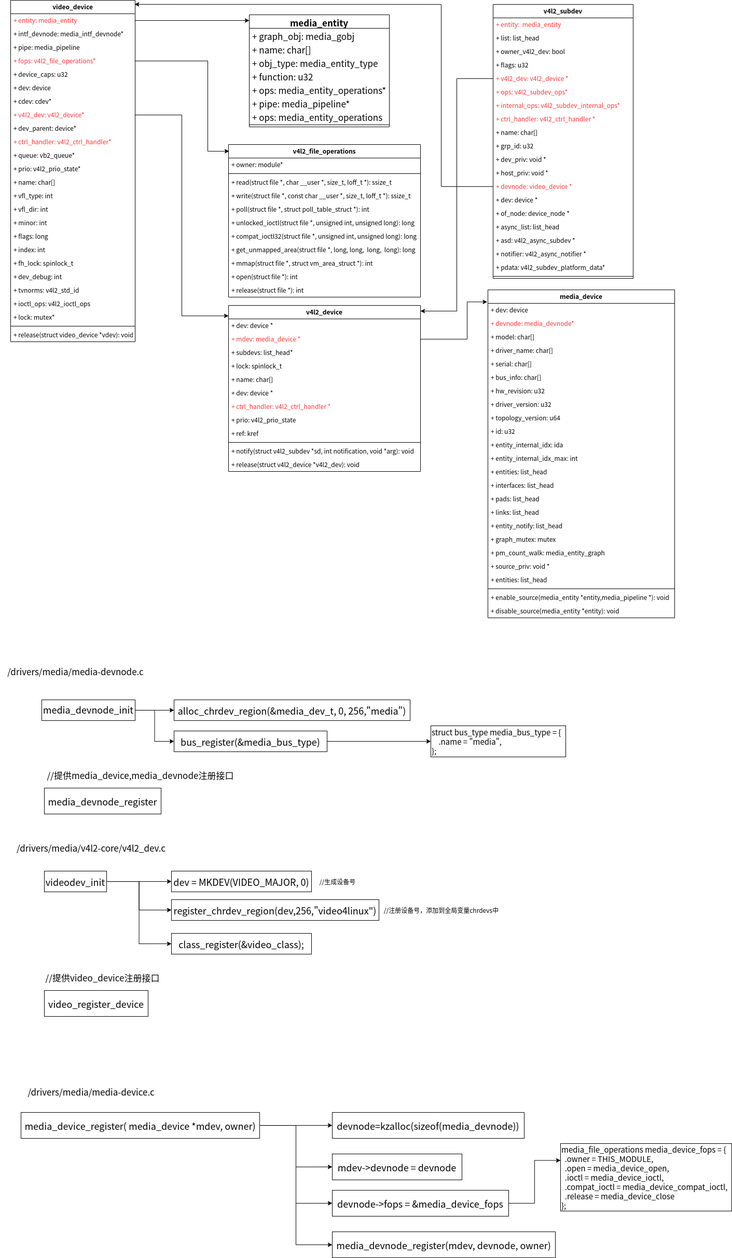
Before: v4l2-core.png, a diagram exported from draw.io (zhangmeizhen/test2). Source tidied: cells renumbered, new cells last; positions are measured from the earlier drawing's top-left corner, leaving out a move shared by most shapes.
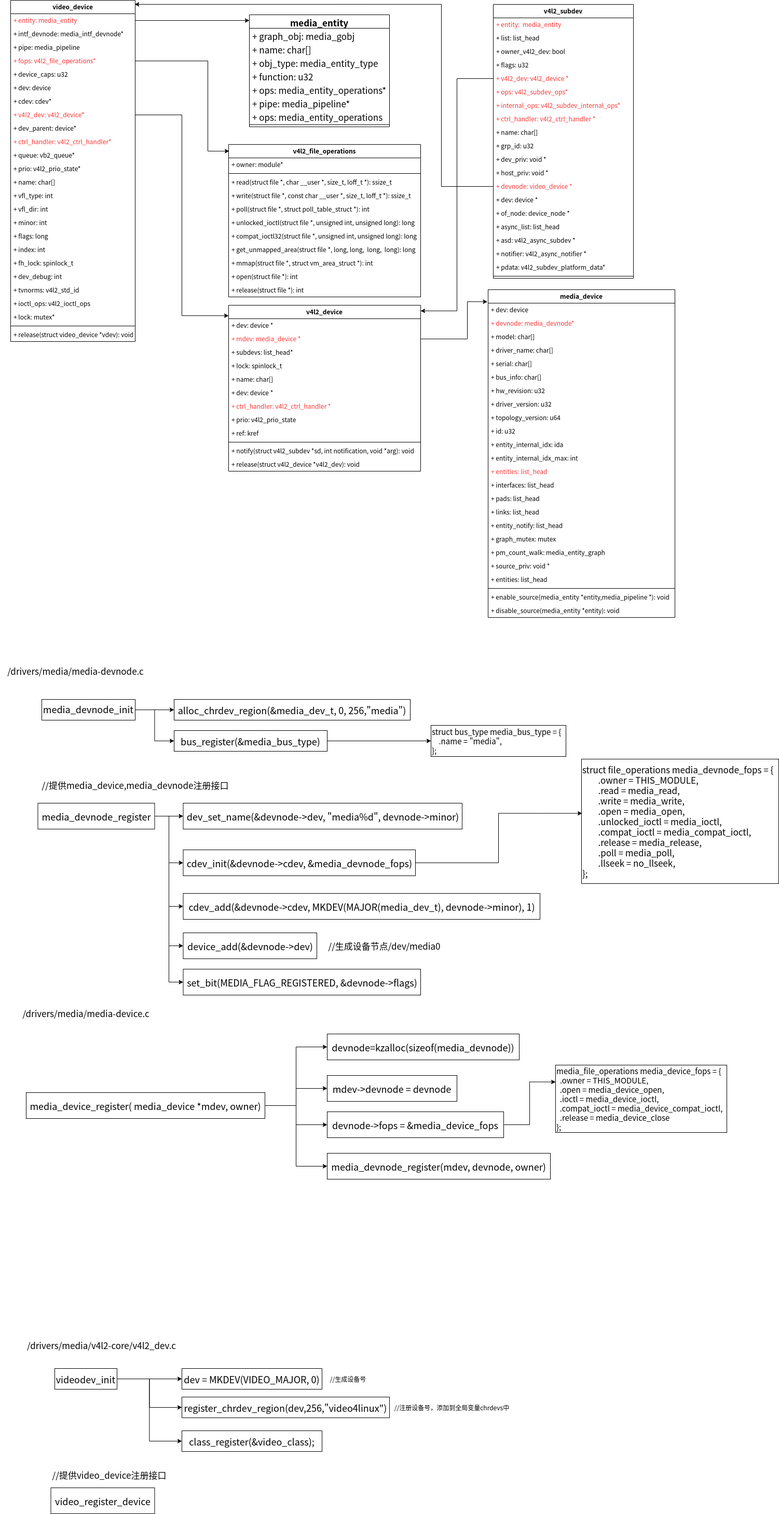
After the change.

What changed in the source:
```diff
@@ -250,22 +250,22 @@
       <mxGeometry relative="1" as="geometry" />
     </mxCell>
     <mxCell id="81" value="&lt;div style=&quot;background-color: rgb(255, 255, 255); font-family: &amp;quot;Droid Sans Mono&amp;quot;, monospace, monospace, &amp;quot;Droid Sans Fallback&amp;quot;; font-size: 18px; line-height: 24px;&quot;&gt;&lt;span style=&quot;&quot;&gt;videodev_init&lt;/span&gt;&lt;/div&gt;" style="whiteSpace=wrap;html=1;fontColor=#000000;" parent="1" vertex="1">
-      <mxGeometry x="85" y="1678" width="120" height="40" as="geometry" />
+      <mxGeometry x="105" y="2638" width="120" height="40" as="geometry" />
     </mxCell>
     <mxCell id="82" value="&lt;font color=&quot;#000000&quot; style=&quot;font-size: 17px;&quot;&gt;/drivers/media/v4l2-core/v4l2_dev.c&lt;/font&gt;" style="text;html=1;align=center;verticalAlign=middle;strokeColor=none;fillColor=none;fontColor=#FF3333;fontSize=17;" parent="1" vertex="1">
-      <mxGeometry x="20" y="1618" width="310" height="30" as="geometry" />
+      <mxGeometry x="40" y="2578" width="310" height="30" as="geometry" />
     </mxCell>
     <mxCell id="83" value="&lt;div style=&quot;background-color: rgb(255, 255, 255); font-family: &amp;quot;Droid Sans Mono&amp;quot;, monospace, monospace, &amp;quot;Droid Sans Fallback&amp;quot;; font-size: 18px; line-height: 24px;&quot;&gt;&lt;div style=&quot;font-family: &amp;quot;Droid Sans Mono&amp;quot;, monospace, monospace, &amp;quot;Droid Sans Fallback&amp;quot;; line-height: 24px;&quot;&gt;&lt;div style=&quot;font-family: &amp;quot;Droid Sans Mono&amp;quot;, monospace, monospace, &amp;quot;Droid Sans Fallback&amp;quot;; line-height: 24px;&quot;&gt;dev = &lt;span style=&quot;&quot;&gt;MKDEV&lt;/span&gt;(VIDEO_MAJOR, &lt;span style=&quot;&quot;&gt;0&lt;/span&gt;)&lt;/div&gt;&lt;/div&gt;&lt;/div&gt;" style="html=1;fontColor=#000000;whiteSpace=wrap;" parent="1" vertex="1">
-      <mxGeometry x="330" y="1678" width="270" height="40" as="geometry" />
+      <mxGeometry x="350" y="2638" width="270" height="40" as="geometry" />
     </mxCell>
     <mxCell id="84" value="&lt;div style=&quot;background-color: rgb(255, 255, 255); font-family: &amp;quot;Droid Sans Mono&amp;quot;, monospace, monospace, &amp;quot;Droid Sans Fallback&amp;quot;; font-size: 18px; line-height: 24px;&quot;&gt;&lt;div style=&quot;font-family: &amp;quot;Droid Sans Mono&amp;quot;, monospace, monospace, &amp;quot;Droid Sans Fallback&amp;quot;; line-height: 24px;&quot;&gt;&lt;div style=&quot;font-family: &amp;quot;Droid Sans Mono&amp;quot;, monospace, monospace, &amp;quot;Droid Sans Fallback&amp;quot;; line-height: 24px;&quot;&gt;&lt;div style=&quot;font-family: &amp;quot;Droid Sans Mono&amp;quot;, monospace, monospace, &amp;quot;Droid Sans Fallback&amp;quot;; line-height: 24px;&quot;&gt;&lt;span style=&quot;&quot;&gt;class_register&lt;/span&gt;(&amp;amp;video_class);&lt;/div&gt;&lt;/div&gt;&lt;/div&gt;&lt;/div&gt;" style="html=1;fontColor=#000000;whiteSpace=wrap;" parent="1" vertex="1">
-      <mxGeometry x="330" y="1798" width="270" height="40" as="geometry" />
+      <mxGeometry x="350" y="2758" width="270" height="40" as="geometry" />
     </mxCell>
     <mxCell id="85" value="//生成设备号" style="text;html=1;align=center;verticalAlign=middle;strokeColor=none;fillColor=none;fontColor=#000000;" parent="1" vertex="1">
-      <mxGeometry x="605" y="1683" width="90" height="30" as="geometry" />
+      <mxGeometry x="625" y="2643" width="90" height="30" as="geometry" />
     </mxCell>
     <mxCell id="86" value="//注册设备号，添加到全局变量chrdevs中" style="text;html=1;align=center;verticalAlign=middle;strokeColor=none;fillColor=none;fontColor=#000000;" parent="1" vertex="1">
-      <mxGeometry x="730" y="1738" width="240" height="30" as="geometry" />
+      <mxGeometry x="750" y="2698" width="240" height="30" as="geometry" />
     </mxCell>
     <mxCell id="87" value="media_device" style="swimlane;fontStyle=1;align=center;verticalAlign=top;horizontal=1;startSize=26;fontColor=#000000;" parent="1" vertex="1">
       <mxGeometry x="940" y="558" width="360" height="632" as="geometry" />
@@ -306,7 +306,7 @@
     <mxCell id="99" value="+ entity_internal_idx_max: int" style="text;strokeColor=none;fillColor=none;align=left;verticalAlign=top;spacingLeft=4;spacingRight=4;overflow=hidden;fontColor=#000000;" parent="87" vertex="1">
       <mxGeometry y="312" width="360" height="26" as="geometry" />
     </mxCell>
-    <mxCell id="100" value="+ entities: list_head" style="text;strokeColor=none;fillColor=none;align=left;verticalAlign=top;spacingLeft=4;spacingRight=4;overflow=hidden;fontColor=#000000;" parent="87" vertex="1">
+    <mxCell id="100" value="+ entities: list_head" style="text;strokeColor=none;fillColor=none;align=left;verticalAlign=top;spacingLeft=4;spacingRight=4;overflow=hidden;fontColor=#FF3333;" parent="87" vertex="1">
       <mxGeometry y="338" width="360" height="26" as="geometry" />
     </mxCell>
     <mxCell id="101" value="+ interfaces: list_head" style="text;strokeColor=none;fillColor=none;align=left;verticalAlign=top;spacingLeft=4;spacingRight=4;overflow=hidden;fontColor=#000000;" parent="87" vertex="1">
@@ -381,13 +381,13 @@
       <mxGeometry relative="1" as="geometry" />
     </mxCell>
     <mxCell id="123" value="&lt;div style=&quot;background-color: rgb(255, 255, 255); font-family: &amp;quot;Droid Sans Mono&amp;quot;, monospace, monospace, &amp;quot;Droid Sans Fallback&amp;quot;; font-size: 18px; line-height: 24px;&quot;&gt;video_register_device&lt;/div&gt;" style="whiteSpace=wrap;html=1;fontSize=17;fontColor=#000000;strokeColor=default;strokeWidth=1;" parent="1" vertex="1">
-      <mxGeometry x="85" y="1908" width="200" height="50" as="geometry" />
+      <mxGeometry x="97.5" y="2868" width="200" height="50" as="geometry" />
     </mxCell>
     <mxCell id="124" value="//提供video_device注册接口" style="text;html=1;align=center;verticalAlign=middle;strokeColor=none;fillColor=none;fontSize=17;fontColor=#000000;" parent="1" vertex="1">
-      <mxGeometry x="77.5" y="1868" width="240" height="30" as="geometry" />
+      <mxGeometry x="90" y="2828" width="240" height="30" as="geometry" />
     </mxCell>
     <mxCell id="125" value="&lt;span style=&quot;font-size: 17px;&quot;&gt;/drivers/media/media-device&lt;/span&gt;&lt;span style=&quot;font-size: 17px;&quot;&gt;.c&lt;/span&gt;" style="text;html=1;align=center;verticalAlign=middle;strokeColor=none;fillColor=none;fontSize=15;fontColor=#000000;" parent="1" vertex="1">
-      <mxGeometry x="40" y="2088" width="270" height="30" as="geometry" />
+      <mxGeometry x="30" y="1938" width="270" height="30" as="geometry" />
     </mxCell>
     <mxCell id="126" style="edgeStyle=orthogonalEdgeStyle;rounded=0;jettySize=auto;html=1;entryX=0;entryY=0.5;entryDx=0;entryDy=0;fontSize=15;fontColor=#000000;" parent="1" edge="1" source="130" target="131">
       <mxGeometry relative="1" as="geometry" />
@@ -402,25 +402,25 @@
       <mxGeometry relative="1" as="geometry" />
     </mxCell>
     <mxCell id="130" value="&lt;div style=&quot;background-color: rgb(255, 255, 255); font-family: &amp;quot;Droid Sans Mono&amp;quot;, monospace, monospace, &amp;quot;Droid Sans Fallback&amp;quot;; font-size: 18px; line-height: 24px;&quot;&gt;media_device_register( media_device *mdev, owner)&lt;/div&gt;" style="whiteSpace=wrap;html=1;fontSize=17;fontColor=#000000;strokeColor=default;strokeWidth=1;" parent="1" vertex="1">
-      <mxGeometry x="40" y="2143" width="460" height="50" as="geometry" />
+      <mxGeometry x="50" y="2106" width="460" height="50" as="geometry" />
     </mxCell>
     <mxCell id="131" value="&lt;div style=&quot;background-color: rgb(255, 255, 255); font-family: &amp;quot;Droid Sans Mono&amp;quot;, monospace, monospace, &amp;quot;Droid Sans Fallback&amp;quot;; font-size: 18px; line-height: 24px;&quot;&gt;devnode=kzalloc(sizeof(media_devnode))&lt;/div&gt;" style="whiteSpace=wrap;html=1;fontSize=17;fontColor=#000000;strokeColor=default;strokeWidth=1;" parent="1" vertex="1">
-      <mxGeometry x="640" y="2143" width="370" height="50" as="geometry" />
+      <mxGeometry x="630" y="1993" width="370" height="50" as="geometry" />
     </mxCell>
     <mxCell id="132" value="&lt;div style=&quot;background-color: rgb(255, 255, 255); font-family: &amp;quot;Droid Sans Mono&amp;quot;, monospace, monospace, &amp;quot;Droid Sans Fallback&amp;quot;; font-size: 18px; line-height: 24px;&quot;&gt;mdev-&amp;gt;devnode = devnode&lt;/div&gt;" style="whiteSpace=wrap;html=1;fontSize=17;fontColor=#000000;strokeColor=default;strokeWidth=1;" parent="1" vertex="1">
-      <mxGeometry x="640" y="2223" width="250" height="50" as="geometry" />
+      <mxGeometry x="630" y="2073" width="250" height="50" as="geometry" />
     </mxCell>
     <mxCell id="133" style="edgeStyle=orthogonalEdgeStyle;rounded=0;jettySize=auto;html=1;entryX=0;entryY=0.25;entryDx=0;entryDy=0;fontSize=15;fontColor=#000000;" parent="1" edge="1" source="134" target="135">
       <mxGeometry relative="1" as="geometry" />
     </mxCell>
     <mxCell id="134" value="&lt;div style=&quot;background-color: rgb(255, 255, 255); font-family: &amp;quot;Droid Sans Mono&amp;quot;, monospace, monospace, &amp;quot;Droid Sans Fallback&amp;quot;; font-size: 18px; line-height: 24px;&quot;&gt;devnode-&amp;gt;fops = &amp;amp;media_device_fops&lt;/div&gt;" style="whiteSpace=wrap;html=1;fontSize=17;fontColor=#000000;strokeColor=default;strokeWidth=1;" parent="1" vertex="1">
-      <mxGeometry x="640" y="2293" width="340" height="50" as="geometry" />
+      <mxGeometry x="630" y="2143" width="340" height="50" as="geometry" />
     </mxCell>
     <mxCell id="135" value="&lt;div style=&quot;&quot;&gt;media_file_operations media_device_fops = {&lt;/div&gt;&lt;div&gt;&lt;span style=&quot;&quot;&gt;&lt;/span&gt;&amp;nbsp; .owner = THIS_MODULE,&lt;/div&gt;&lt;div&gt;&lt;span style=&quot;&quot;&gt;&lt;/span&gt;&amp;nbsp; .open = media_device_open,&lt;/div&gt;&lt;div&gt;&lt;span style=&quot;&quot;&gt;&lt;/span&gt;&amp;nbsp; .ioctl = media_device_ioctl,&lt;/div&gt;&lt;div&gt;&lt;span style=&quot;&quot;&gt;&lt;/span&gt;&amp;nbsp; .compat_ioctl = media_device_compat_ioctl,&lt;/div&gt;&lt;div&gt;&lt;span style=&quot;&quot;&gt;&lt;/span&gt;&amp;nbsp; .release = media_device_close&lt;/div&gt;&lt;div&gt;&lt;span style=&quot;background-color: initial;&quot;&gt;};&lt;/span&gt;&lt;/div&gt;" style="whiteSpace=wrap;html=1;fontSize=15;fontColor=#000000;strokeColor=#000000;strokeWidth=1;align=left;" parent="1" vertex="1">
-      <mxGeometry x="1080" y="2203" width="330" height="130" as="geometry" />
+      <mxGeometry x="1070" y="2053" width="330" height="130" as="geometry" />
     </mxCell>
     <mxCell id="136" value="&lt;div style=&quot;background-color: rgb(255, 255, 255); font-family: &amp;quot;Droid Sans Mono&amp;quot;, monospace, monospace, &amp;quot;Droid Sans Fallback&amp;quot;; font-size: 18px; line-height: 24px;&quot;&gt;media_devnode_register(mdev, devnode, owner)&lt;/div&gt;" style="whiteSpace=wrap;html=1;fontSize=17;fontColor=#000000;strokeColor=default;strokeWidth=1;" parent="1" vertex="1">
-      <mxGeometry x="640" y="2373" width="430" height="50" as="geometry" />
+      <mxGeometry x="630" y="2223" width="430" height="50" as="geometry" />
     </mxCell>
     <mxCell id="137" value="&lt;span style=&quot;font-size: 17px;&quot;&gt;/drivers/media/media-devnode&lt;/span&gt;&lt;span style=&quot;font-size: 17px;&quot;&gt;.c&lt;/span&gt;" style="text;html=1;align=center;verticalAlign=middle;strokeColor=none;fillColor=none;fontSize=15;fontColor=#000000;" parent="1" vertex="1">
       <mxGeometry y="1278" width="290" height="30" as="geometry" />
@@ -446,14 +446,53 @@
     <mxCell id="144" value="&lt;div&gt;struct bus_type media_bus_type = {&lt;/div&gt;&lt;div&gt;&lt;span style=&quot;&quot;&gt;&lt;/span&gt;&amp;nbsp; &amp;nbsp; .name = &quot;media&quot;,&lt;/div&gt;&lt;div&gt;};&lt;/div&gt;" style="whiteSpace=wrap;html=1;fontSize=15;fontColor=#000000;strokeColor=#000000;strokeWidth=1;align=left;" parent="1" vertex="1">
       <mxGeometry x="830" y="1398" width="260" height="60" as="geometry" />
     </mxCell>
+    <mxCell id="148" style="edgeStyle=orthogonalEdgeStyle;rounded=0;jettySize=auto;html=1;fontSize=15;fontColor=#FF3333;" parent="1" edge="1" source="145" target="153">
+      <mxGeometry relative="1" as="geometry" />
+    </mxCell>
+    <mxCell id="149" style="edgeStyle=orthogonalEdgeStyle;rounded=0;jettySize=auto;html=1;entryX=0;entryY=0.5;entryDx=0;entryDy=0;fontSize=17;fontColor=#000000;" parent="1" edge="1" source="145" target="155">
+      <mxGeometry relative="1" as="geometry" />
+    </mxCell>
+    <mxCell id="150" style="edgeStyle=orthogonalEdgeStyle;rounded=0;jettySize=auto;html=1;entryX=0;entryY=0.5;entryDx=0;entryDy=0;fontSize=17;fontColor=#000000;" parent="1" edge="1" source="145" target="157">
+      <mxGeometry relative="1" as="geometry" />
+    </mxCell>
+    <mxCell id="151" style="edgeStyle=orthogonalEdgeStyle;rounded=0;jettySize=auto;html=1;entryX=0;entryY=0.5;entryDx=0;entryDy=0;fontSize=17;fontColor=#000000;" parent="1" edge="1" source="145" target="158">
+      <mxGeometry relative="1" as="geometry" />
+    </mxCell>
+    <mxCell id="152" style="edgeStyle=orthogonalEdgeStyle;rounded=0;jettySize=auto;html=1;entryX=0;entryY=0.5;entryDx=0;entryDy=0;fontSize=17;fontColor=#000000;" parent="1" edge="1" source="145" target="159">
+      <mxGeometry relative="1" as="geometry" />
+    </mxCell>
     <mxCell id="145" value="&lt;div style=&quot;background-color: rgb(255, 255, 255); font-family: &amp;quot;Droid Sans Mono&amp;quot;, monospace, monospace, &amp;quot;Droid Sans Fallback&amp;quot;; font-size: 18px; line-height: 24px;&quot;&gt;media_devnode_register&lt;/div&gt;" style="whiteSpace=wrap;html=1;fontSize=17;fontColor=#000000;strokeColor=default;strokeWidth=1;" parent="1" vertex="1">
-      <mxGeometry x="85" y="1518" width="225" height="50" as="geometry" />
+      <mxGeometry x="72.5" y="1548" width="225" height="50" as="geometry" />
     </mxCell>
     <mxCell id="146" value="//提供media_device,media_devnode注册接口" style="text;html=1;align=center;verticalAlign=middle;strokeColor=none;fillColor=none;fontSize=17;fontColor=#000000;" parent="1" vertex="1">
-      <mxGeometry x="80" y="1478" width="380" height="30" as="geometry" />
+      <mxGeometry x="70" y="1498" width="380" height="30" as="geometry" />
     </mxCell>
     <mxCell id="147" value="&lt;div style=&quot;background-color: rgb(255, 255, 255); font-family: &amp;quot;Droid Sans Mono&amp;quot;, monospace, monospace, &amp;quot;Droid Sans Fallback&amp;quot;; font-size: 18px; line-height: 24px;&quot;&gt;&lt;div style=&quot;font-family: &amp;quot;Droid Sans Mono&amp;quot;, monospace, monospace, &amp;quot;Droid Sans Fallback&amp;quot;; line-height: 24px;&quot;&gt;&lt;span style=&quot;&quot;&gt;register_chrdev_region(dev,256,&quot;&lt;/span&gt;&lt;span style=&quot;&quot;&gt;video4linux&lt;/span&gt;&lt;span style=&quot;&quot;&gt;&quot;)&lt;/span&gt;&lt;/div&gt;&lt;/div&gt;" style="html=1;fontColor=#000000;whiteSpace=wrap;" parent="1" vertex="1">
-      <mxGeometry x="330" y="1733" width="400" height="40" as="geometry" />
+      <mxGeometry x="350" y="2693" width="400" height="40" as="geometry" />
     </mxCell>
+    <mxCell id="153" value="&lt;div style=&quot;background-color: rgb(255, 255, 255); font-family: &amp;quot;Droid Sans Mono&amp;quot;, monospace, monospace, &amp;quot;Droid Sans Fallback&amp;quot;; font-size: 18px; line-height: 24px;&quot;&gt;dev_set_name(&amp;amp;devnode-&amp;gt;dev, &quot;media%d&quot;, devnode-&amp;gt;minor)&lt;/div&gt;" style="whiteSpace=wrap;html=1;fontSize=17;fontColor=#000000;strokeColor=default;strokeWidth=1;" parent="1" vertex="1">
+      <mxGeometry x="352.5" y="1548" width="537.5" height="50" as="geometry" />
+    </mxCell>
+    <mxCell id="154" style="edgeStyle=orthogonalEdgeStyle;rounded=0;jettySize=auto;html=1;entryX=0.003;entryY=0.436;entryDx=0;entryDy=0;entryPerimeter=0;fontSize=17;fontColor=#000000;" parent="1" edge="1" source="155" target="156">
+      <mxGeometry relative="1" as="geometry" />
+    </mxCell>
+    <mxCell id="155" value="&lt;div style=&quot;background-color: rgb(255, 255, 255); font-family: &amp;quot;Droid Sans Mono&amp;quot;, monospace, monospace, &amp;quot;Droid Sans Fallback&amp;quot;; font-size: 18px; line-height: 24px;&quot;&gt;cdev_init(&amp;amp;devnode-&amp;gt;cdev, &amp;amp;media_devnode_fops)&lt;/div&gt;" style="whiteSpace=wrap;html=1;fontSize=17;fontColor=#000000;strokeColor=default;strokeWidth=1;" parent="1" vertex="1">
+      <mxGeometry x="352.5" y="1638" width="447.5" height="50" as="geometry" />
+    </mxCell>
+    <mxCell id="156" value="&lt;div style=&quot;font-size: 17px;&quot;&gt;struct file_operations media_devnode_fops = {&lt;/div&gt;&lt;div style=&quot;font-size: 17px;&quot;&gt;&lt;span style=&quot;font-size: 17px;&quot;&gt;&#9;&lt;/span&gt;&lt;span style=&quot;white-space: pre;&quot;&gt;&#9;&lt;/span&gt;.owner = THIS_MODULE,&lt;/div&gt;&lt;div style=&quot;font-size: 17px;&quot;&gt;&lt;span style=&quot;font-size: 17px;&quot;&gt;&#9;&lt;/span&gt;&lt;span style=&quot;white-space: pre;&quot;&gt;&#9;&lt;/span&gt;.read = media_read,&lt;/div&gt;&lt;div style=&quot;font-size: 17px;&quot;&gt;&lt;span style=&quot;font-size: 17px;&quot;&gt;&#9;&lt;/span&gt;&lt;span style=&quot;white-space: pre;&quot;&gt;&#9;&lt;/span&gt;.write = media_write,&lt;/div&gt;&lt;div style=&quot;font-size: 17px;&quot;&gt;&lt;span style=&quot;font-size: 17px;&quot;&gt;&#9;&lt;/span&gt;&lt;span style=&quot;white-space: pre;&quot;&gt;&#9;&lt;/span&gt;.open = media_open,&lt;/div&gt;&lt;div style=&quot;font-size: 17px;&quot;&gt;&lt;span style=&quot;font-size: 17px;&quot;&gt;&#9;&lt;/span&gt;&lt;span style=&quot;white-space: pre;&quot;&gt;&#9;&lt;/span&gt;.unlocked_ioctl = media_ioctl,&lt;/div&gt;&lt;div style=&quot;font-size: 17px;&quot;&gt;&lt;span style=&quot;background-color: initial;&quot;&gt;&lt;span style=&quot;white-space: pre;&quot;&gt;&#9;&lt;/span&gt;.compat_ioctl = media_compat_ioctl,&lt;/span&gt;&lt;br&gt;&lt;/div&gt;&lt;div style=&quot;font-size: 17px;&quot;&gt;&lt;span style=&quot;background-color: initial;&quot;&gt;&lt;span style=&quot;white-space: pre;&quot;&gt;&#9;&lt;/span&gt;.release = media_release,&lt;/span&gt;&lt;br&gt;&lt;/div&gt;&lt;div style=&quot;font-size: 17px;&quot;&gt;&lt;span style=&quot;font-size: 17px;&quot;&gt;&#9;&lt;/span&gt;&lt;span style=&quot;white-space: pre;&quot;&gt;&#9;&lt;/span&gt;.poll = media_poll,&lt;/div&gt;&lt;div style=&quot;font-size: 17px;&quot;&gt;&lt;span style=&quot;font-size: 17px;&quot;&gt;&#9;&lt;/span&gt;&lt;span style=&quot;white-space: pre;&quot;&gt;&#9;&lt;/span&gt;.llseek = no_llseek,&lt;/div&gt;&lt;div style=&quot;font-size: 17px;&quot;&gt;};&lt;/div&gt;" style="whiteSpace=wrap;html=1;fontSize=17;fontColor=#000000;strokeColor=#000000;strokeWidth=1;align=left;" parent="1" vertex="1">
+      <mxGeometry x="1120" y="1463" width="380" height="240" as="geometry" />
+    </mxCell>
+    <mxCell id="157" value="&lt;div style=&quot;background-color: rgb(255, 255, 255); font-family: &amp;quot;Droid Sans Mono&amp;quot;, monospace, monospace, &amp;quot;Droid Sans Fallback&amp;quot;; font-size: 18px; line-height: 24px;&quot;&gt;cdev_add(&amp;amp;devnode-&amp;gt;cdev, MKDEV(MAJOR(media_dev_t), devnode-&amp;gt;minor), 1)&lt;/div&gt;" style="whiteSpace=wrap;html=1;fontSize=17;fontColor=#000000;strokeColor=default;strokeWidth=1;" parent="1" vertex="1">
+      <mxGeometry x="352.5" y="1722" width="687.5" height="50" as="geometry" />
+    </mxCell>
+    <mxCell id="158" value="&lt;div style=&quot;background-color: rgb(255, 255, 255); font-family: &amp;quot;Droid Sans Mono&amp;quot;, monospace, monospace, &amp;quot;Droid Sans Fallback&amp;quot;; font-size: 18px; line-height: 24px;&quot;&gt;device_add(&amp;amp;devnode-&amp;gt;dev)&lt;/div&gt;" style="whiteSpace=wrap;html=1;fontSize=17;fontColor=#000000;strokeColor=default;strokeWidth=1;" parent="1" vertex="1">
+      <mxGeometry x="352.5" y="1798" width="257.5" height="50" as="geometry" />
+    </mxCell>
+    <mxCell id="159" value="&lt;div style=&quot;background-color: rgb(255, 255, 255); font-family: &amp;quot;Droid Sans Mono&amp;quot;, monospace, monospace, &amp;quot;Droid Sans Fallback&amp;quot;; font-size: 18px; line-height: 24px;&quot;&gt;set_bit(MEDIA_FLAG_REGISTERED, &amp;amp;devnode-&amp;gt;flags)&lt;br&gt;&lt;/div&gt;" style="whiteSpace=wrap;html=1;fontSize=17;fontColor=#000000;strokeColor=default;strokeWidth=1;" parent="1" vertex="1">
+      <mxGeometry x="352.5" y="1868" width="457.5" height="50" as="geometry" />
+    </mxCell>
+    <mxCell id="160" value="//生成设备节点/dev/media0" style="text;html=1;align=center;verticalAlign=middle;strokeColor=none;fillColor=none;fontSize=17;fontColor=#000000;" parent="1" vertex="1">
+      <mxGeometry x="620" y="1808" width="240" height="30" as="geometry" />
+    </mxCell>
   </root>
 </mxGraphModel>
```
